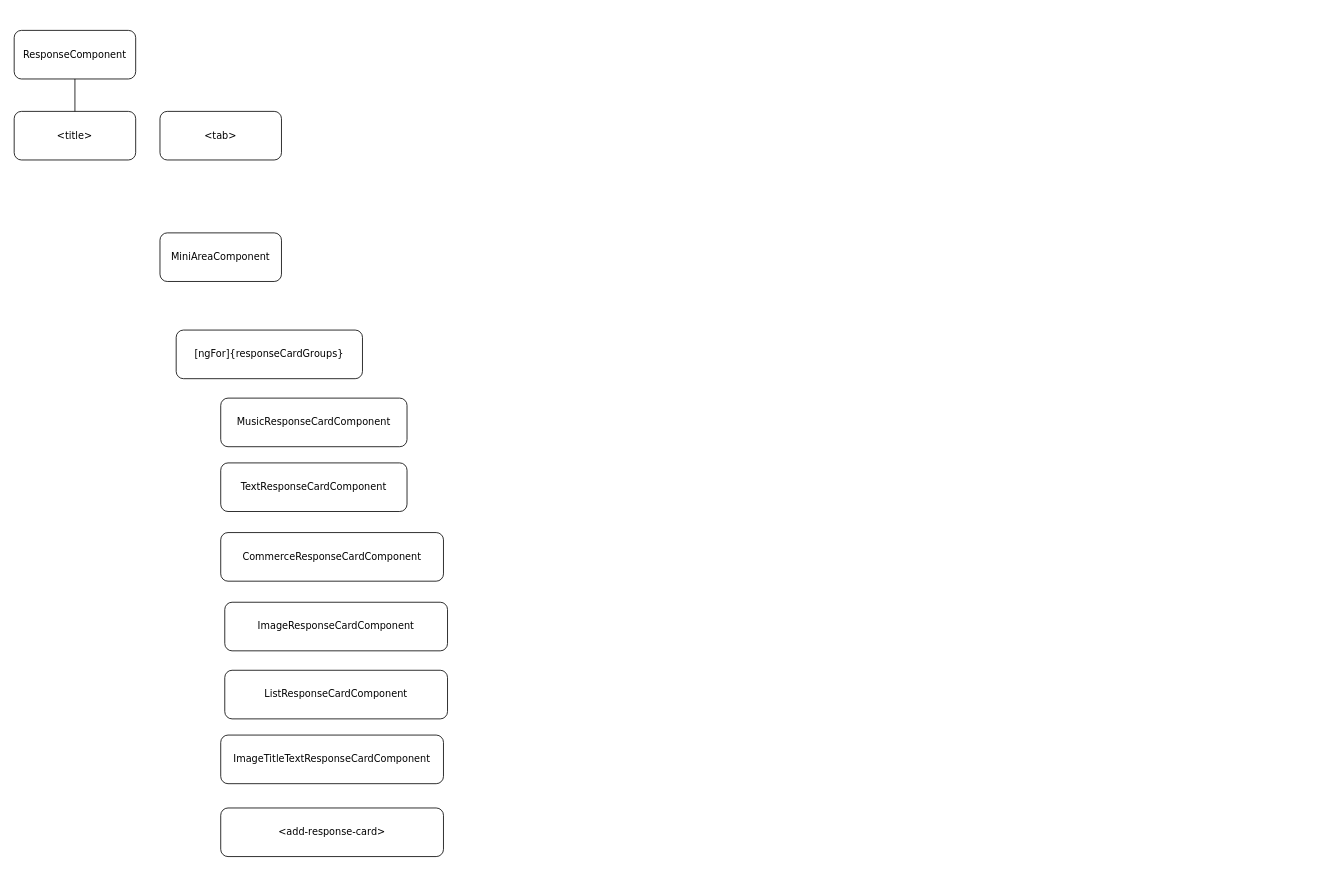
Earlier version of the draw.io diagram Untitled Diagram.drawio (ChoDragon9/javascript-algorithms). Source tidied: cells renumbered, new cells numbered last; positions are measured from the earlier drawing's top-left corner, leaving out a move shared by most shapes. Both pictures are drawn from the tidied source at 81%, with x=0, y=0 at pixel (14, 30).
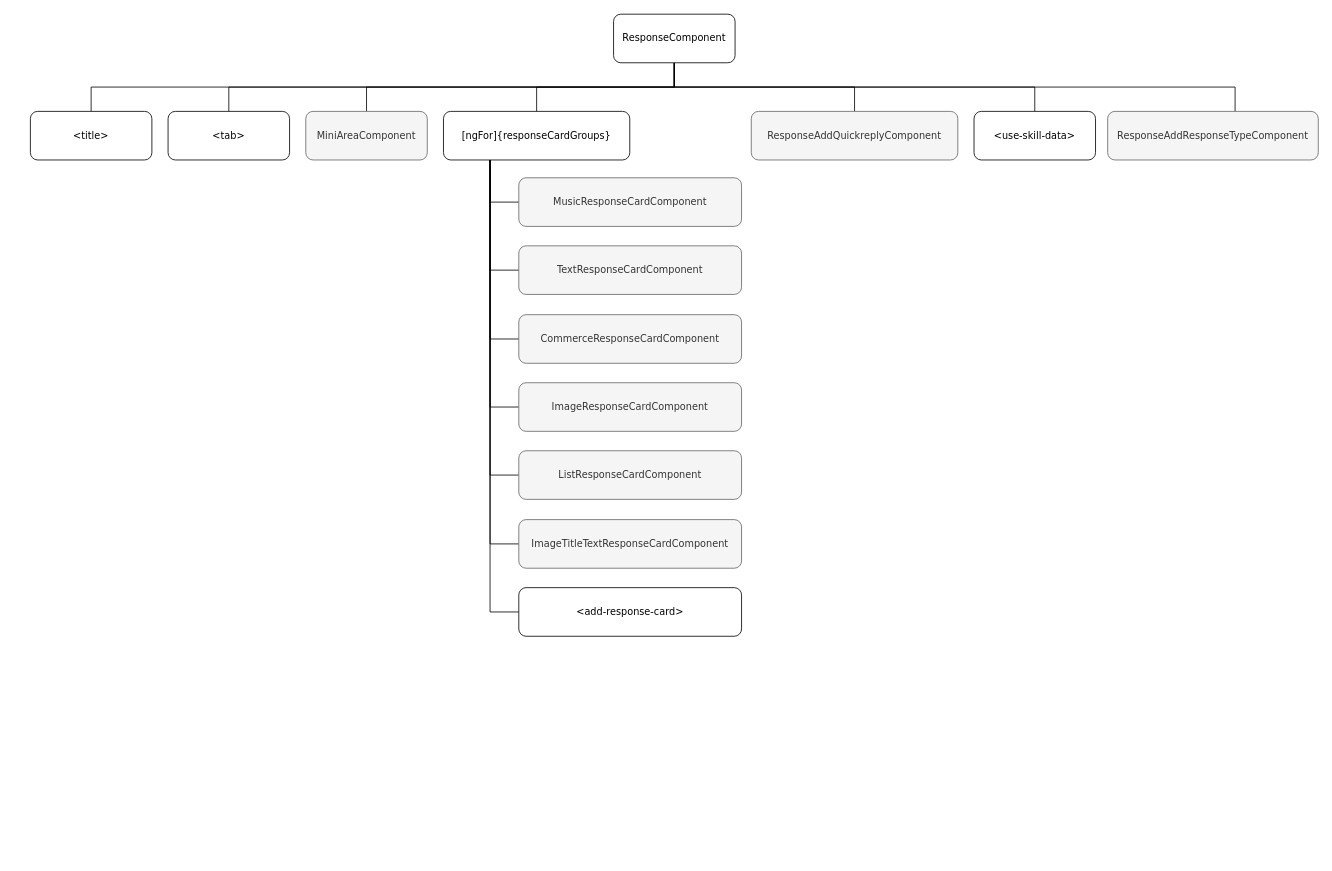
The same page after the edit.

The edit, as a diff of the source:
```diff
@@
+    <mxCell id="15" style="edgeStyle=orthogonalEdgeStyle;rounded=0;jettySize=auto;html=1;exitX=0.5;exitY=1;exitDx=0;exitDy=0;fontFamily=Verdana;verticalAlign=bottom;strokeColor=#000000;endArrow=none;endFill=0;" parent="1" edge="1" source="2" target="3">
+      <mxGeometry relative="1" as="geometry" />
+    </mxCell>
+    <mxCell id="16" style="edgeStyle=orthogonalEdgeStyle;jettySize=auto;html=1;exitX=0.5;exitY=1;exitDx=0;exitDy=0;entryX=0.5;entryY=0;entryDx=0;entryDy=0;endArrow=none;endFill=0;strokeColor=#000000;fontFamily=Verdana;rounded=0;" parent="1" edge="1" source="2" target="5">
+      <mxGeometry relative="1" as="geometry" />
+    </mxCell>
+    <mxCell id="17" style="edgeStyle=orthogonalEdgeStyle;rounded=0;jettySize=auto;html=1;exitX=0.5;exitY=1;exitDx=0;exitDy=0;endArrow=none;endFill=0;strokeColor=#000000;fontFamily=Verdana;" parent="1" edge="1" source="2" target="6">
+      <mxGeometry relative="1" as="geometry" />
+    </mxCell>
+    <mxCell id="18" style="edgeStyle=orthogonalEdgeStyle;rounded=0;jettySize=auto;html=1;exitX=0.5;exitY=1;exitDx=0;exitDy=0;endArrow=none;endFill=0;strokeColor=#000000;fontFamily=Verdana;" parent="1" edge="1" source="2" target="7">
+      <mxGeometry relative="1" as="geometry" />
+    </mxCell>
+    <mxCell id="19" style="edgeStyle=orthogonalEdgeStyle;rounded=0;jettySize=auto;html=1;exitX=0.5;exitY=1;exitDx=0;exitDy=0;entryX=0.5;entryY=0;entryDx=0;entryDy=0;endArrow=none;endFill=0;strokeColor=#000000;fontFamily=Verdana;" parent="1" edge="1" source="2" target="29">
+      <mxGeometry relative="1" as="geometry" />
+    </mxCell>
+    <mxCell id="20" style="edgeStyle=orthogonalEdgeStyle;rounded=0;jettySize=auto;html=1;exitX=0.5;exitY=1;exitDx=0;exitDy=0;entryX=0.5;entryY=0;entryDx=0;entryDy=0;endArrow=none;endFill=0;strokeColor=#000000;fontFamily=Verdana;" parent="1" edge="1" source="2" target="30">
+      <mxGeometry relative="1" as="geometry" />
+    </mxCell>
+    <mxCell id="21" style="edgeStyle=orthogonalEdgeStyle;rounded=0;jettySize=auto;html=1;exitX=0.5;exitY=1;exitDx=0;exitDy=0;entryX=0.605;entryY=0.006;entryDx=0;entryDy=0;entryPerimeter=0;endArrow=none;endFill=0;strokeColor=#000000;fontFamily=Verdana;" parent="1" edge="1" source="2" target="31">
+      <mxGeometry relative="1" as="geometry" />
+    </mxCell>
     <mxCell id="2" value="ResponseComponent" style="rounded=1;whiteSpace=wrap;html=1;fontFamily=Verdana;" parent="1" vertex="1">
-      <mxGeometry width="150" height="60" as="geometry" />
+      <mxGeometry x="740" y="-20" width="150" height="60" as="geometry" />
     </mxCell>
     <mxCell id="3" value="&amp;lt;title&amp;gt;" style="rounded=1;whiteSpace=wrap;html=1;fontFamily=Verdana;" parent="1" vertex="1">
-      <mxGeometry y="100" width="150" height="60" as="geometry" />
+      <mxGeometry x="20" y="100" width="150" height="60" as="geometry" />
     </mxCell>
-    <mxCell id="4" style="endArrow=none;html=1;entryX=0.5;entryY=1;entryDx=0;entryDy=0;exitX=0.5;exitY=0;exitDx=0;exitDy=0;fontFamily=Verdana;" parent="1" edge="1" source="3" target="2">
-      <mxGeometry relative="1" as="geometry" />
-    </mxCell>
     <mxCell id="5" value="&amp;lt;tab&amp;gt;" style="rounded=1;whiteSpace=wrap;html=1;fontFamily=Verdana;" parent="1" vertex="1">
-      <mxGeometry x="180" y="100" width="150" height="60" as="geometry" />
+      <mxGeometry x="190" y="100" width="150" height="60" as="geometry" />
     </mxCell>
-    <mxCell id="6" value="MiniAreaComponent" style="rounded=1;whiteSpace=wrap;html=1;fontFamily=Verdana;" parent="1" vertex="1">
-      <mxGeometry x="180" y="250" width="150" height="60" as="geometry" />
+    <mxCell id="6" value="MiniAreaComponent" style="rounded=1;whiteSpace=wrap;html=1;fontFamily=Verdana;fillColor=#f5f5f5;strokeColor=#666666;fontColor=#333333;" parent="1" vertex="1">
+      <mxGeometry x="360" y="100" width="150" height="60" as="geometry" />
     </mxCell>
+    <mxCell id="22" style="edgeStyle=orthogonalEdgeStyle;rounded=0;jettySize=auto;html=1;exitX=0.25;exitY=1;exitDx=0;exitDy=0;entryX=0;entryY=0.5;entryDx=0;entryDy=0;endArrow=none;endFill=0;strokeColor=#000000;fontFamily=Verdana;" parent="1" edge="1" source="7" target="8">
+      <mxGeometry relative="1" as="geometry" />
+    </mxCell>
+    <mxCell id="23" style="edgeStyle=orthogonalEdgeStyle;rounded=0;jettySize=auto;html=1;exitX=0.25;exitY=1;exitDx=0;exitDy=0;entryX=0;entryY=0.5;entryDx=0;entryDy=0;endArrow=none;endFill=0;strokeColor=#000000;fontFamily=Verdana;" parent="1" edge="1" source="7" target="9">
+      <mxGeometry relative="1" as="geometry" />
+    </mxCell>
+    <mxCell id="24" style="edgeStyle=orthogonalEdgeStyle;rounded=0;jettySize=auto;html=1;exitX=0.25;exitY=1;exitDx=0;exitDy=0;entryX=0;entryY=0.5;entryDx=0;entryDy=0;endArrow=none;endFill=0;strokeColor=#000000;fontFamily=Verdana;" parent="1" edge="1" source="7" target="10">
+      <mxGeometry relative="1" as="geometry" />
+    </mxCell>
+    <mxCell id="25" style="edgeStyle=orthogonalEdgeStyle;rounded=0;jettySize=auto;html=1;exitX=0.25;exitY=1;exitDx=0;exitDy=0;entryX=0;entryY=0.5;entryDx=0;entryDy=0;endArrow=none;endFill=0;strokeColor=#000000;fontFamily=Verdana;" parent="1" edge="1" source="7" target="11">
+      <mxGeometry relative="1" as="geometry" />
+    </mxCell>
+    <mxCell id="26" style="edgeStyle=orthogonalEdgeStyle;rounded=0;jettySize=auto;html=1;exitX=0.25;exitY=1;exitDx=0;exitDy=0;entryX=0;entryY=0.5;entryDx=0;entryDy=0;endArrow=none;endFill=0;strokeColor=#000000;fontFamily=Verdana;" parent="1" edge="1" source="7" target="12">
+      <mxGeometry relative="1" as="geometry" />
+    </mxCell>
+    <mxCell id="27" style="edgeStyle=orthogonalEdgeStyle;rounded=0;jettySize=auto;html=1;exitX=0.25;exitY=1;exitDx=0;exitDy=0;entryX=0;entryY=0.5;entryDx=0;entryDy=0;endArrow=none;endFill=0;strokeColor=#000000;fontFamily=Verdana;" parent="1" edge="1" source="7" target="13">
+      <mxGeometry relative="1" as="geometry" />
+    </mxCell>
+    <mxCell id="28" style="edgeStyle=orthogonalEdgeStyle;rounded=0;jettySize=auto;html=1;exitX=0.25;exitY=1;exitDx=0;exitDy=0;entryX=0;entryY=0.5;entryDx=0;entryDy=0;endArrow=none;endFill=0;strokeColor=#000000;fontFamily=Verdana;" parent="1" edge="1" source="7" target="14">
+      <mxGeometry relative="1" as="geometry" />
+    </mxCell>
     <mxCell id="7" value="[ngFor]{responseCardGroups}" style="rounded=1;whiteSpace=wrap;html=1;fontFamily=Verdana;" parent="1" vertex="1">
-      <mxGeometry x="200" y="370" width="230" height="60" as="geometry" />
+      <mxGeometry x="530" y="100" width="230" height="60" as="geometry" />
     </mxCell>
-    <mxCell id="8" value="MusicResponseCardComponent" style="rounded=1;whiteSpace=wrap;html=1;fontFamily=Verdana;" parent="1" vertex="1">
-      <mxGeometry x="255" y="454" width="230" height="60" as="geometry" />
+    <mxCell id="8" value="MusicResponseCardComponent" style="rounded=1;whiteSpace=wrap;html=1;fontFamily=Verdana;fillColor=#f5f5f5;strokeColor=#666666;fontColor=#333333;flipV=1;" parent="1" vertex="1">
+      <mxGeometry x="623" y="182" width="275" height="60" as="geometry" />
     </mxCell>
-    <mxCell id="9" value="TextResponseCardComponent" style="rounded=1;whiteSpace=wrap;html=1;fontFamily=Verdana;" parent="1" vertex="1">
-      <mxGeometry x="255" y="534" width="230" height="60" as="geometry" />
+    <mxCell id="9" value="TextResponseCardComponent" style="rounded=1;whiteSpace=wrap;html=1;fontFamily=Verdana;fillColor=#f5f5f5;strokeColor=#666666;fontColor=#333333;flipV=1;" parent="1" vertex="1">
+      <mxGeometry x="623" y="266" width="275" height="60" as="geometry" />
     </mxCell>
-    <mxCell id="10" value="CommerceResponseCardComponent" style="rounded=1;whiteSpace=wrap;html=1;fontFamily=Verdana;" parent="1" vertex="1">
-      <mxGeometry x="255" y="620" width="275" height="60" as="geometry" />
+    <mxCell id="10" value="CommerceResponseCardComponent" style="rounded=1;whiteSpace=wrap;html=1;fontFamily=Verdana;fillColor=#f5f5f5;strokeColor=#666666;fontColor=#333333;flipV=1;" parent="1" vertex="1">
+      <mxGeometry x="623" y="351" width="275" height="60" as="geometry" />
     </mxCell>
-    <mxCell id="11" value="ImageResponseCardComponent" style="rounded=1;whiteSpace=wrap;html=1;fontFamily=Verdana;" parent="1" vertex="1">
-      <mxGeometry x="260" y="706" width="275" height="60" as="geometry" />
+    <mxCell id="11" value="ImageResponseCardComponent" style="rounded=1;whiteSpace=wrap;html=1;fontFamily=Verdana;fillColor=#f5f5f5;strokeColor=#666666;fontColor=#333333;flipV=1;" parent="1" vertex="1">
+      <mxGeometry x="623" y="435" width="275" height="60" as="geometry" />
     </mxCell>
-    <mxCell id="12" value="ListResponseCardComponent" style="rounded=1;whiteSpace=wrap;html=1;fontFamily=Verdana;" parent="1" vertex="1">
-      <mxGeometry x="260" y="790" width="275" height="60" as="geometry" />
+    <mxCell id="12" value="ListResponseCardComponent" style="rounded=1;whiteSpace=wrap;html=1;fontFamily=Verdana;fillColor=#f5f5f5;strokeColor=#666666;fontColor=#333333;flipV=1;" parent="1" vertex="1">
+      <mxGeometry x="623" y="519" width="275" height="60" as="geometry" />
     </mxCell>
-    <mxCell id="13" value="ImageTitleTextResponseCardComponent" style="rounded=1;whiteSpace=wrap;html=1;fontFamily=Verdana;" parent="1" vertex="1">
-      <mxGeometry x="255" y="870" width="275" height="60" as="geometry" />
+    <mxCell id="13" value="ImageTitleTextResponseCardComponent" style="rounded=1;whiteSpace=wrap;html=1;fontFamily=Verdana;fillColor=#f5f5f5;strokeColor=#666666;fontColor=#333333;flipV=1;" parent="1" vertex="1">
+      <mxGeometry x="623" y="604" width="275" height="60" as="geometry" />
     </mxCell>
-    <mxCell id="14" value="&amp;lt;add-response-card&amp;gt;" style="rounded=1;whiteSpace=wrap;html=1;fontFamily=Verdana;" parent="1" vertex="1">
-      <mxGeometry x="255" y="960" width="275" height="60" as="geometry" />
+    <mxCell id="14" value="&amp;lt;add-response-card&amp;gt;" style="rounded=1;whiteSpace=wrap;html=1;fontFamily=Verdana;flipV=1;" parent="1" vertex="1">
+      <mxGeometry x="623" y="688" width="275" height="60" as="geometry" />
     </mxCell>
+    <mxCell id="29" value="ResponseAddQuickreplyComponent" style="rounded=1;whiteSpace=wrap;html=1;fontFamily=Verdana;fillColor=#f5f5f5;strokeColor=#666666;fontColor=#333333;" parent="1" vertex="1">
+      <mxGeometry x="910" y="100" width="255" height="60" as="geometry" />
+    </mxCell>
+    <mxCell id="30" value="&amp;lt;use-skill-data&amp;gt;" style="rounded=1;whiteSpace=wrap;html=1;fontFamily=Verdana;" parent="1" vertex="1">
+      <mxGeometry x="1185" y="100" width="150" height="60" as="geometry" />
+    </mxCell>
+    <mxCell id="31" value="ResponseAddResponseTypeComponent" style="rounded=1;whiteSpace=wrap;html=1;fontFamily=Verdana;fillColor=#f5f5f5;strokeColor=#666666;fontColor=#333333;" parent="1" vertex="1">
+      <mxGeometry x="1350" y="100" width="260" height="60" as="geometry" />
+    </mxCell>
```
